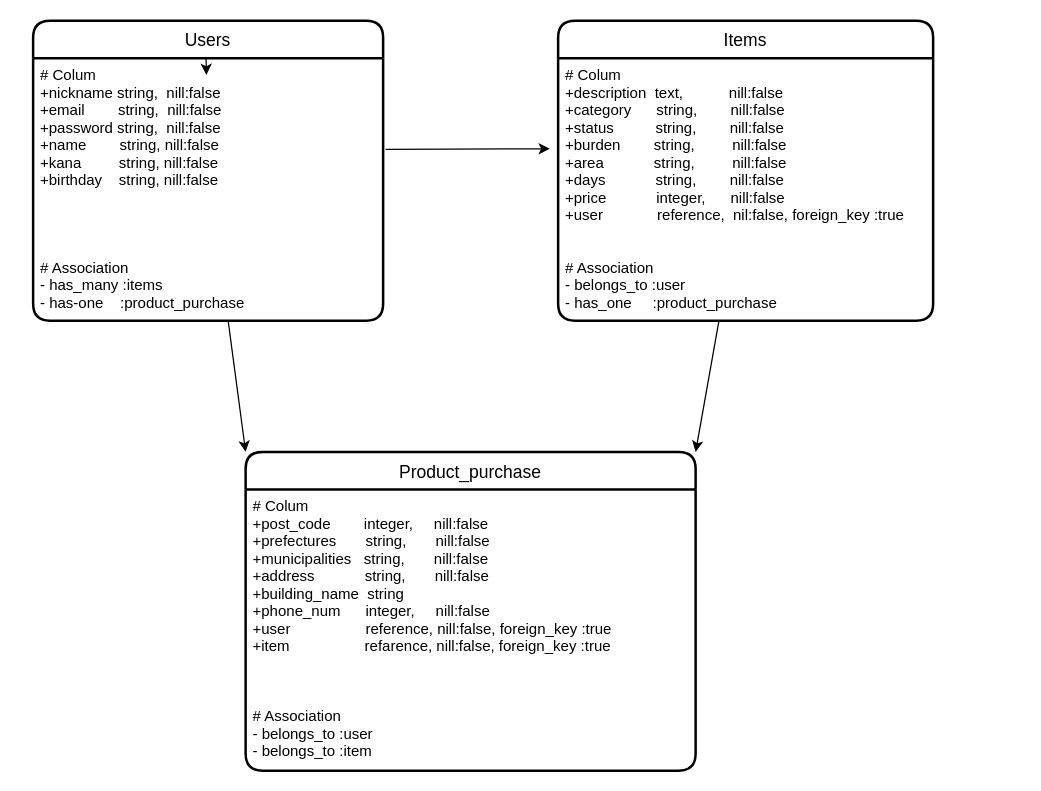
Earlier version of the draw.io diagram app/hurima.dio (Acetaff/furima-37555). Source tidied: cells renumbered, new cells numbered last; positions are measured from the earlier drawing's top-left corner, leaving out a move shared by most shapes. Both pictures are drawn from the tidied source at 125%, with x=0, y=0 at pixel (32, 20).
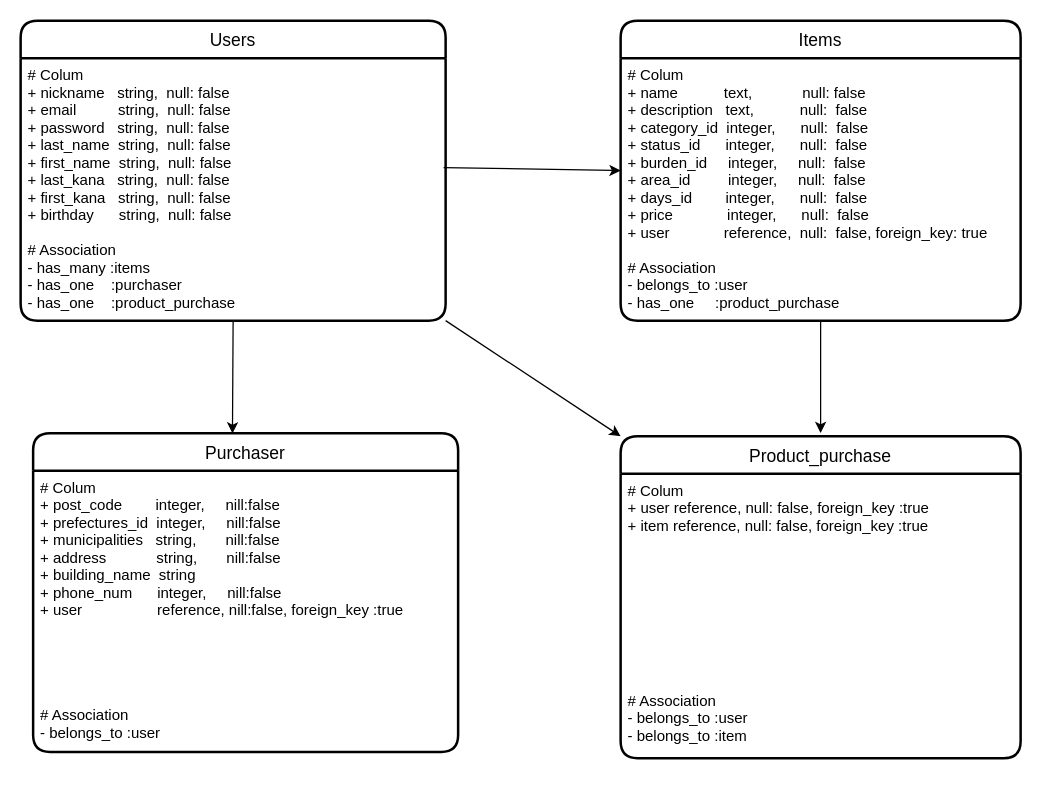
After the change.

Commit message (it also covers changes not shown here):
DB設計の修正

What changed in the source:
```diff
@@
 <mxGraphModel>
   <root>
     <mxCell id="0" />
     <mxCell id="1" parent="0" />
-    <mxCell id="2" style="edgeStyle=none;html=1;entryX=0;entryY=0;entryDx=0;entryDy=0;" parent="1" edge="1" source="3" target="9">
-      <mxGeometry relative="1" as="geometry" />
-    </mxCell>
-    <mxCell id="3" value="Users" style="swimlane;horizontal=1;startSize=30;rounded=1;fontSize=14;fontStyle=0;strokeWidth=2;shadow=0;dashed=0;align=center;" parent="1" vertex="1">
-      <mxGeometry width="280" height="240" as="geometry" />
-    </mxCell>
-    <mxCell id="4" style="edgeStyle=none;html=1;entryX=0.495;entryY=0.181;entryDx=0;entryDy=0;entryPerimeter=0;" parent="3" edge="1" source="5" target="3">
-      <mxGeometry relative="1" as="geometry" />
-    </mxCell>
-    <mxCell id="5" value="# Colum&#10;+nickname string,  nill:false&#10;+email        string,  nill:false&#10;+password string,  nill:false&#10;+name        string, nill:false&#10;+kana         string, nill:false&#10;+birthday    string, nill:false&#10;&#10;&#10;&#10;&#10;# Association&#10;- has_many :items&#10;- has-one    :product_purchase" style="align=left;strokeColor=none;fillColor=none;spacingLeft=4;fontSize=12;verticalAlign=top;" parent="3" vertex="1">
-      <mxGeometry y="30" width="280" height="210" as="geometry" />
-    </mxCell>
-    <mxCell id="6" style="edgeStyle=none;html=1;entryX=1;entryY=0;entryDx=0;entryDy=0;" parent="1" edge="1" source="7" target="9">
-      <mxGeometry relative="1" as="geometry" />
-    </mxCell>
     <mxCell id="7" value="Items" style="swimlane;horizontal=1;startSize=30;rounded=1;fontSize=14;fontStyle=0;strokeWidth=2;shadow=0;dashed=0;align=center;" parent="1" vertex="1">
-      <mxGeometry x="420" width="300" height="240" as="geometry" />
+      <mxGeometry x="470" width="320" height="240" as="geometry" />
     </mxCell>
-    <mxCell id="8" value="# Colum&#10;+description  text,           nill:false&#10;+category      string,        nill:false&#10;+status          string,        nill:false&#10;+burden        string,         nill:false&#10;+area            string,         nill:false &#10;+days            string,        nill:false&#10;+price            integer,      nill:false &#10;+user             reference,  nil:false, foreign_key :true&#10;&#10;&#10;# Association&#10;- belongs_to :user&#10;- has_one     :product_purchase" style="align=left;strokeColor=none;fillColor=none;spacingLeft=4;fontSize=12;verticalAlign=top;" parent="7" vertex="1">
-      <mxGeometry y="30" width="300" height="210" as="geometry" />
+    <mxCell id="8" value="# Colum&#10;+ name           text,            null: false&#10;+ description   text,           null:  false&#10;+ category_id  integer,      null:  false&#10;+ status_id      integer,      null:  false&#10;+ burden_id     integer,     null:  false&#10;+ area_id         integer,     null:  false &#10;+ days_id        integer,      null:  false&#10;+ price             integer,      null:  false &#10;+ user             reference,  null:  false, foreign_key: true&#10;&#10;# Association&#10;- belongs_to :user&#10;- has_one     :product_purchase" style="align=left;strokeColor=none;fillColor=none;spacingLeft=4;fontSize=12;verticalAlign=top;" parent="7" vertex="1">
+      <mxGeometry y="30" width="320" height="210" as="geometry" />
     </mxCell>
-    <mxCell id="9" value="Product_purchase" style="swimlane;horizontal=1;startSize=30;rounded=1;fontSize=14;fontStyle=0;strokeWidth=2;shadow=0;dashed=0;align=center;" parent="1" vertex="1">
-      <mxGeometry x="170" y="345" width="360" height="255" as="geometry" />
+    <mxCell id="9" value="Purchaser" style="swimlane;horizontal=1;startSize=30;rounded=1;fontSize=14;fontStyle=0;strokeWidth=2;shadow=0;dashed=0;align=center;" parent="1" vertex="1">
+      <mxGeometry y="330" width="340" height="255" as="geometry" />
     </mxCell>
-    <mxCell id="10" value="# Colum&#10;+post_code        integer,     nill:false&#10;+prefectures       string,       nill:false&#10;+municipalities   string,       nill:false&#10;+address            string,       nill:false &#10;+building_name  string&#10;+phone_num      integer,     nill:false&#10;+user                  reference, nill:false, foreign_key :true&#10;+item                  refarence, nill:false, foreign_key :true&#10;&#10;&#10;&#10;# Association&#10;- belongs_to :user&#10;- belongs_to :item" style="align=left;strokeColor=none;fillColor=none;spacingLeft=4;fontSize=12;verticalAlign=top;" parent="9" vertex="1">
-      <mxGeometry y="30" width="360" height="225" as="geometry" />
+    <mxCell id="10" value="# Colum&#10;+ post_code        integer,     nill:false&#10;+ prefectures_id  integer,     nill:false&#10;+ municipalities   string,       nill:false&#10;+ address            string,       nill:false &#10;+ building_name  string&#10;+ phone_num      integer,     nill:false&#10;+ user                  reference, nill:false, foreign_key :true&#10;&#10;&#10;&#10;&#10;&#10;# Association&#10;- belongs_to :user" style="align=left;strokeColor=none;fillColor=none;spacingLeft=4;fontSize=12;verticalAlign=top;" parent="9" vertex="1">
+      <mxGeometry y="30" width="340" height="225" as="geometry" />
     </mxCell>
-    <mxCell id="11" style="edgeStyle=none;html=1;entryX=-0.022;entryY=0.331;entryDx=0;entryDy=0;entryPerimeter=0;" parent="1" edge="1">
+    <mxCell id="11" style="edgeStyle=none;html=1;entryX=0;entryY=0.5;entryDx=0;entryDy=0;exitX=0.995;exitY=0.417;exitDx=0;exitDy=0;exitPerimeter=0;" parent="1" edge="1" target="7">
       <mxGeometry relative="1" as="geometry">
-        <mxPoint x="282" y="103" as="sourcePoint" />
-        <mxPoint x="413.4" y="102.5" as="targetPoint" />
+        <mxPoint x="328.4" y="117.6" as="sourcePoint" />
       </mxGeometry>
     </mxCell>
+    <mxCell id="12" value="Product_purchase" style="swimlane;horizontal=1;startSize=30;rounded=1;fontSize=14;fontStyle=0;strokeWidth=2;shadow=0;dashed=0;align=center;" parent="1" vertex="1">
+      <mxGeometry x="470" y="332.5" width="320" height="257.5" as="geometry" />
+    </mxCell>
+    <mxCell id="13" value="# Colum&#10;+ user reference, null: false, foreign_key :true&#10;+ item reference, null: false, foreign_key :true&#10;&#10;&#10;&#10;&#10;&#10;&#10;&#10;&#10;&#10;# Association&#10;- belongs_to :user&#10;- belongs_to :item" style="align=left;strokeColor=none;fillColor=none;spacingLeft=4;fontSize=12;verticalAlign=top;" parent="12" vertex="1">
+      <mxGeometry y="30" width="320" height="227.5" as="geometry" />
+    </mxCell>
+    <mxCell id="14" style="edgeStyle=none;html=1;" parent="1" edge="1" source="8">
+      <mxGeometry relative="1" as="geometry">
+        <mxPoint x="630" y="330" as="targetPoint" />
+      </mxGeometry>
+    </mxCell>
+    <mxCell id="3" value="Users" style="swimlane;horizontal=1;startSize=30;rounded=1;fontSize=14;fontStyle=0;strokeWidth=2;shadow=0;dashed=0;align=center;" parent="1" vertex="1">
+      <mxGeometry x="-10" width="340" height="240" as="geometry" />
+    </mxCell>
+    <mxCell id="15" value="# Colum&#10;+ nickname   string,  null: false&#10;+ email          string,  null: false&#10;+ password   string,  null: false&#10;+ last_name  string,  null: false&#10;+ first_name  string,  null: false&#10;+ last_kana   string,  null: false&#10;+ first_kana   string,  null: false&#10;+ birthday      string,  null: false&#10;&#10;# Association&#10;- has_many :items&#10;- has_one    :purchaser&#10;- has_one    :product_purchase" style="align=left;strokeColor=none;fillColor=none;spacingLeft=4;fontSize=12;verticalAlign=top;" parent="3" vertex="1">
+      <mxGeometry y="30" width="340" height="210" as="geometry" />
+    </mxCell>
+    <mxCell id="16" style="edgeStyle=none;html=1;exitX=0.5;exitY=1;exitDx=0;exitDy=0;entryX=0.469;entryY=0.001;entryDx=0;entryDy=0;entryPerimeter=0;" parent="1" edge="1" source="15" target="9">
+      <mxGeometry relative="1" as="geometry" />
+    </mxCell>
+    <mxCell id="17" style="edgeStyle=none;html=1;exitX=1;exitY=1;exitDx=0;exitDy=0;entryX=0;entryY=0;entryDx=0;entryDy=0;" parent="1" edge="1" source="15" target="12">
+      <mxGeometry relative="1" as="geometry" />
+    </mxCell>
   </root>
 </mxGraphModel>
```
